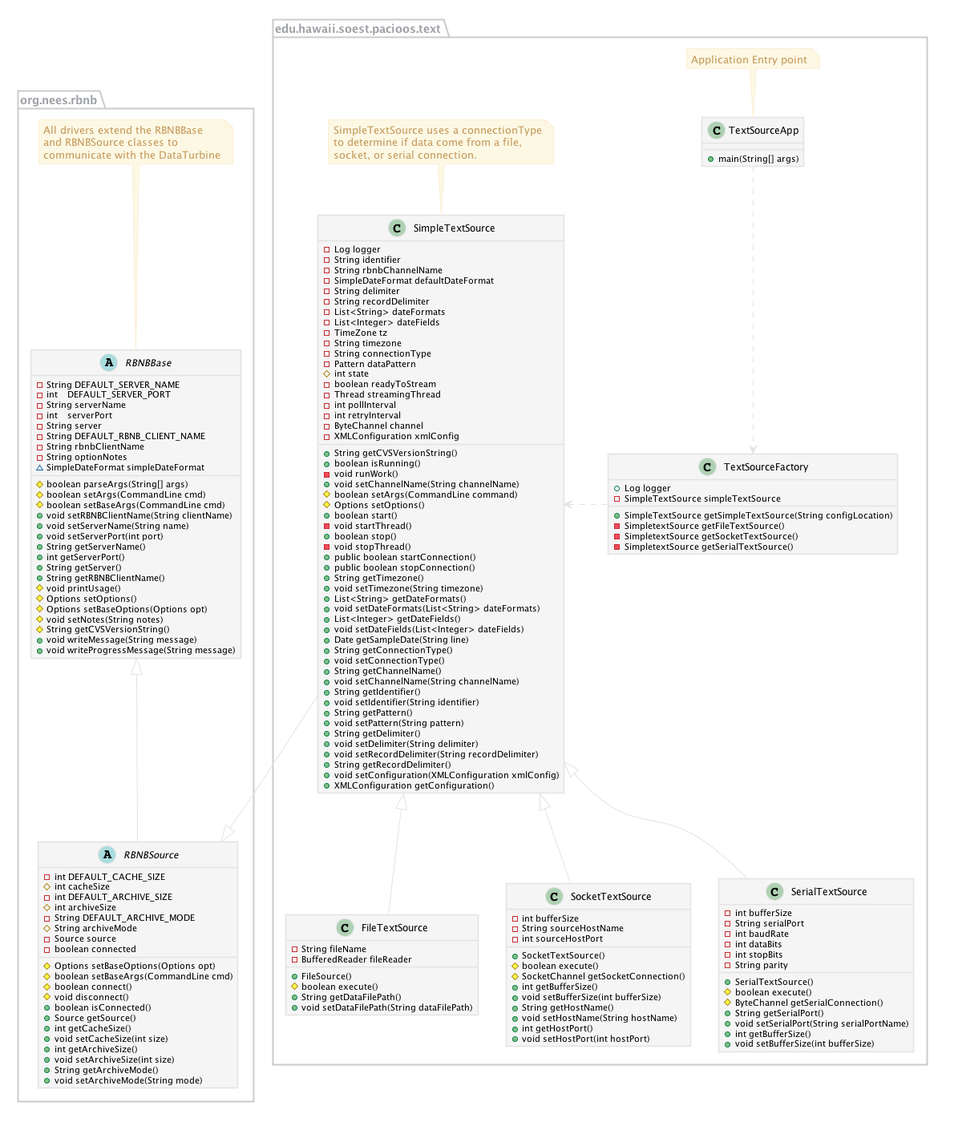
The PlantUML diagram docs/dev/design/rbnb-drivers-class-diagram.png in csjx/realtime-data, before a commit.
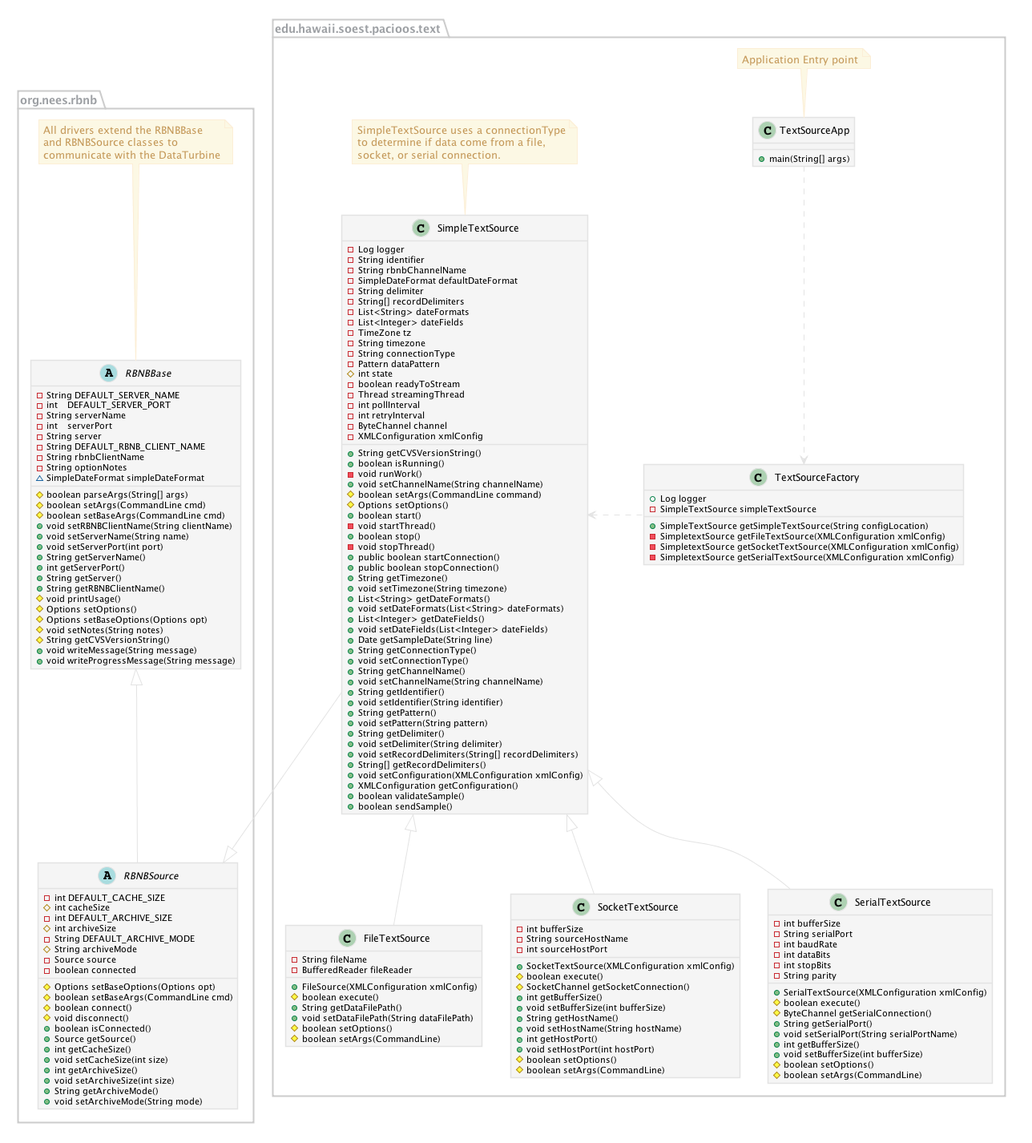
The same diagram one commit later.

The edit, as a diff of the source:
```diff
@@ -106,9 +106,9 @@
     +Log logger
     -SimpleTextSource simpleTextSource
     +SimpleTextSource getSimpleTextSource(String configLocation)
-    -SimpletextSource getFileTextSource()
-    -SimpletextSource getSocketTextSource()
-    -SimpletextSource getSerialTextSource()
+    -SimpletextSource getFileTextSource(XMLConfiguration xmlConfig)
+    -SimpletextSource getSocketTextSource(XMLConfiguration xmlConfig)
+    -SimpletextSource getSerialTextSource(XMLConfiguration xmlConfig)
   }
 
   TextSourceApp .d.> TextSourceFactory
@@ -125,7 +125,7 @@
     -String rbnbChannelName
     -SimpleDateFormat defaultDateFormat
     -String delimiter
-    -String recordDelimiter
+    -String[] recordDelimiters
     -List<String> dateFormats
     -List<Integer> dateFields
     -TimeZone tz
@@ -168,10 +168,12 @@
     +void setPattern(String pattern)
     +String getDelimiter()
     +void setDelimiter(String delimiter)
-    +void setRecordDelimiter(String recordDelimiter)
-    +String getRecordDelimiter()
+    +void setRecordDelimiters(String[] recordDelimiters)
+    +String[] getRecordDelimiters()
     +void setConfiguration(XMLConfiguration xmlConfig)
     +XMLConfiguration getConfiguration()
+    +boolean validateSample()
+    +boolean sendSample()
   }
 
   class FileTextSource {
@@ -179,18 +181,19 @@
     -String fileName
     -BufferedReader fileReader
 
-    +FileSource()
+    +FileSource(XMLConfiguration xmlConfig)
     #boolean execute()
     +String getDataFilePath()
     +void setDataFilePath(String dataFilePath)
-
+    #boolean setOptions()
+    #boolean setArgs(CommandLine)
   }
 
   class SocketTextSource {
     -int bufferSize
     -String sourceHostName
     -int sourceHostPort
-    +SocketTextSource()
+    +SocketTextSource(XMLConfiguration xmlConfig)
     #boolean execute()
     #SocketChannel getSocketConnection()
     +int getBufferSize()
@@ -199,6 +202,8 @@
     +void setHostName(String hostName)
     +int getHostPort()
     +void setHostPort(int hostPort)
+    #boolean setOptions()
+    #boolean setArgs(CommandLine)
   }
 
   class SerialTextSource {
@@ -208,13 +213,15 @@
     -int dataBits
     -int stopBits
     -String parity
-    +SerialTextSource()
+    +SerialTextSource(XMLConfiguration xmlConfig)
     #boolean execute()
     #ByteChannel getSerialConnection()
     +String getSerialPort()
     +void setSerialPort(String serialPortName)
     +int getBufferSize()
     +void setBufferSize(int bufferSize)
+    #boolean setOptions()
+    #boolean setArgs(CommandLine)
   }
 
 
```
